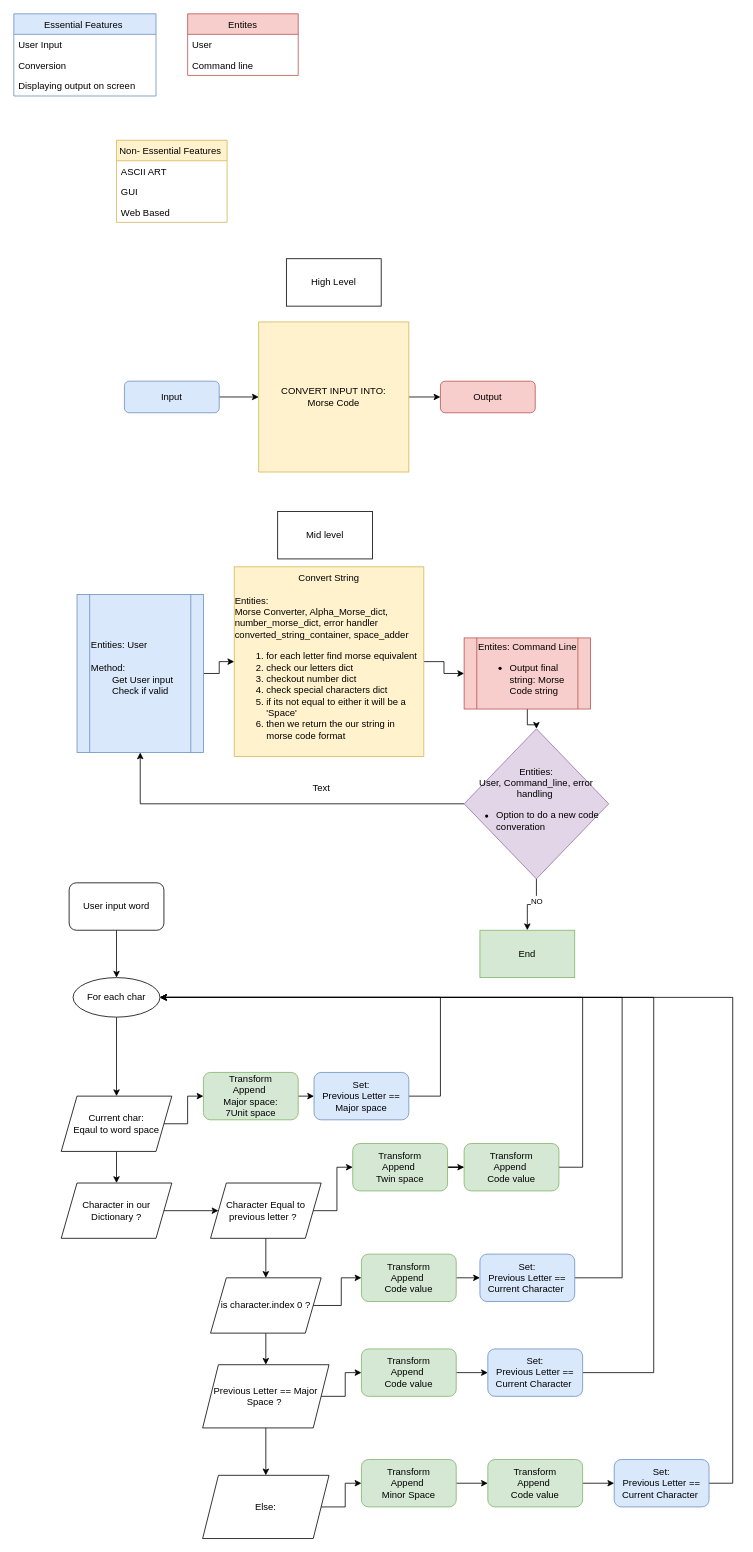
AJenkinsSolutions/morse_code_converter keeps this draw.io diagram as flow Diagram.drawio. Above is the earlier version. Source tidied: cells renumbered, new cells numbered last; positions are measured from the earlier drawing's top-left corner, leaving out a move shared by most shapes. Both pictures are drawn from the tidied source at 79%, with x=0, y=0 at pixel (13, 13).
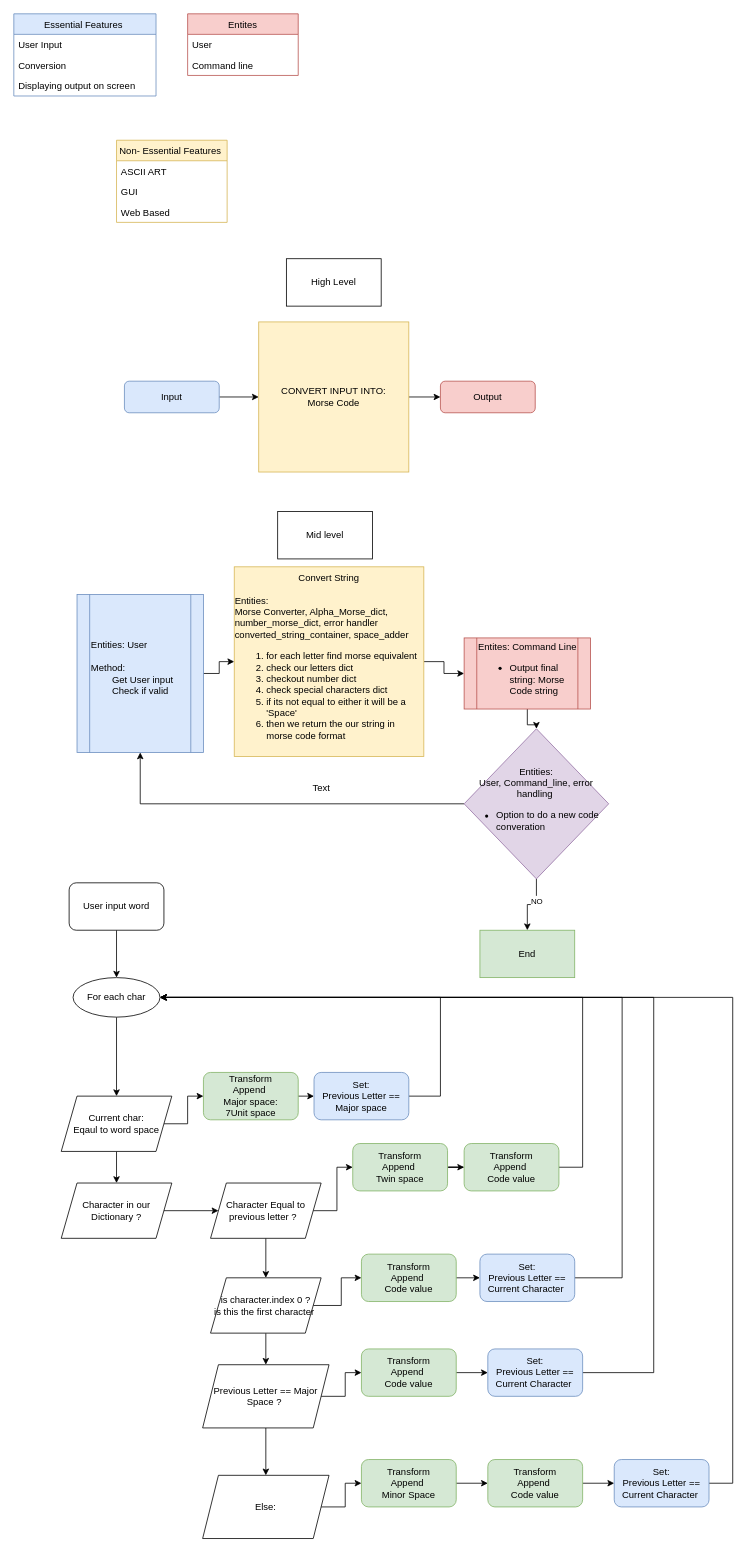
The same page after the edit.

Diff of the diagram source:
```diff
@@
-    <mxCell id="50" value="is character.index 0 ?" style="shape=parallelogram;perimeter=parallelogramPerimeter;whiteSpace=wrap;html=1;fixedSize=1;" parent="1" vertex="1">
+    <mxCell id="50" value="is character.index 0 ?&lt;br&gt;is this the first character&amp;nbsp;" style="shape=parallelogram;perimeter=parallelogramPerimeter;whiteSpace=wrap;html=1;fixedSize=1;" parent="1" vertex="1">
       <mxGeometry x="249" y="1600" width="140" height="70" as="geometry" />
     </mxCell>
```
